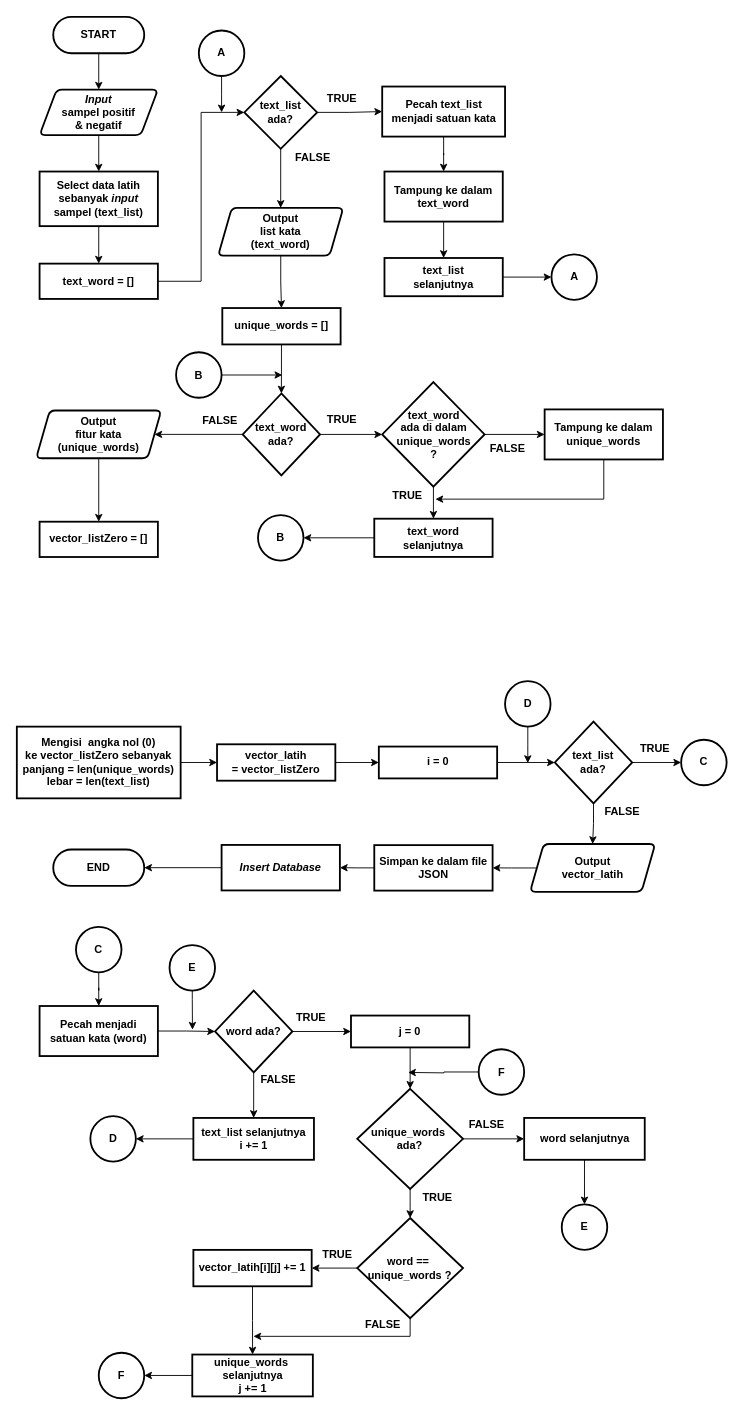
Earlier version of the draw.io diagram Dokumen TA/Paper/Flowchart/Flowchart proses modeling.drawio (muspriandi/TextMining-SentimentAnalysis). Source tidied: cells renumbered, new cells numbered last; positions are measured from the earlier drawing's top-left corner, leaving out a move shared by most shapes. Both pictures are drawn from the tidied source at 91%, with x=0, y=0 at pixel (16, 16).
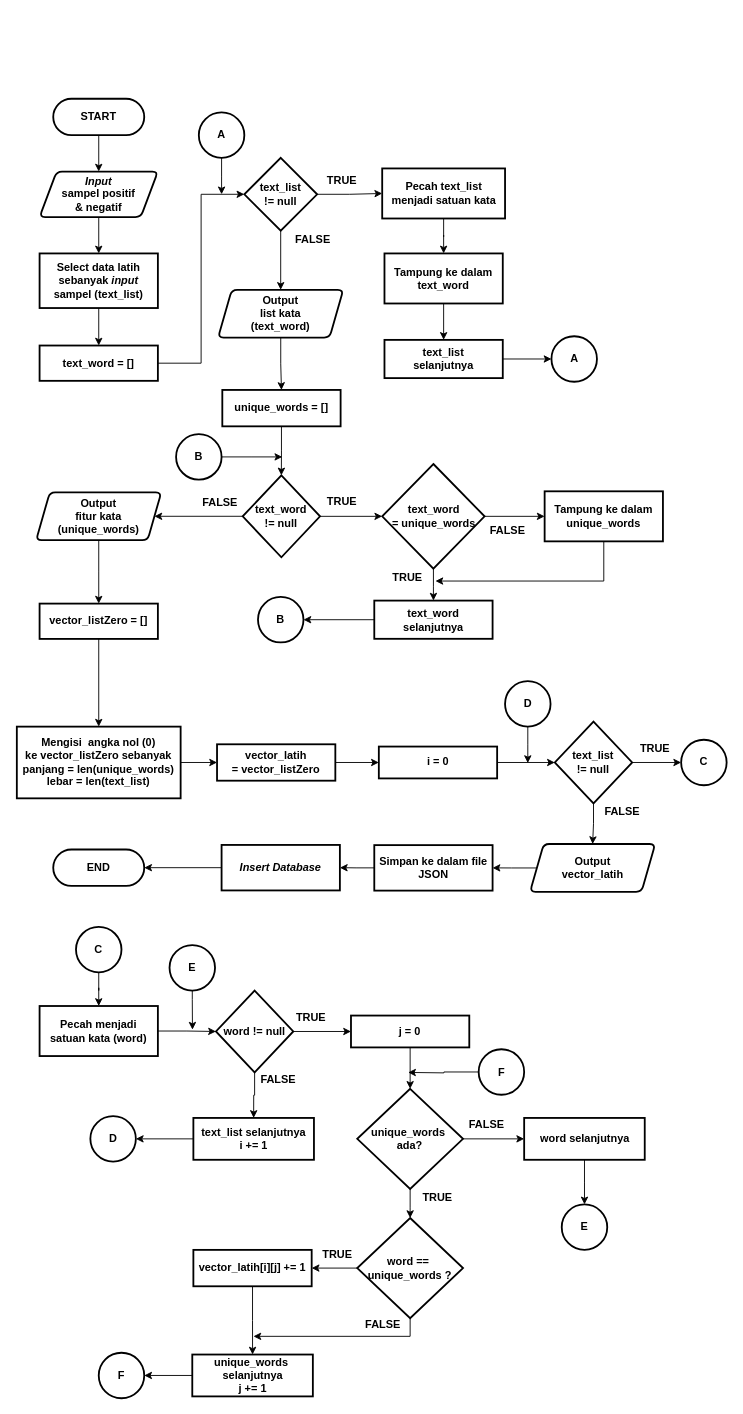
Above is the later version.

Unchanged cells that the change refers to:
```xml
<mxCell id="32" value="&lt;span&gt;Mengisi&amp;nbsp; angka nol (0) ke&amp;nbsp;&lt;/span&gt;vector_listZero&lt;span&gt;&amp;nbsp;sebanyak&lt;br&gt;panjang = len(&lt;/span&gt;&lt;span&gt;unique_words)&lt;br&gt;&lt;/span&gt;lebar = len(text_list)" style="rounded=1;whiteSpace=wrap;html=1;absoluteArcSize=1;arcSize=0;strokeWidth=2;fontStyle=1;" parent="1" vertex="1">
  <mxGeometry y="780" width="180" height="78.8" as="geometry" />
</mxCell>
```

The edit, as a diff of the source:
```diff
@@
     <mxCell id="3" value="START" style="rounded=1;whiteSpace=wrap;html=1;absoluteArcSize=1;arcSize=41;strokeWidth=2;fontStyle=1;" parent="1" vertex="1">
-      <mxGeometry x="40" width="100" height="40" as="geometry" />
+      <mxGeometry x="40" y="90" width="100" height="40" as="geometry" />
     </mxCell>
@@
     <mxCell id="5" value="&lt;b&gt;&lt;i&gt;Input&lt;br&gt;&lt;/i&gt;sampel positif &lt;br&gt;&amp;amp; negatif&lt;/b&gt;" style="shape=parallelogram;html=1;strokeWidth=2;perimeter=parallelogramPerimeter;whiteSpace=wrap;rounded=1;arcSize=12;size=0.14423076923076925;" parent="1" vertex="1">
-      <mxGeometry x="25" y="80" width="130" height="50" as="geometry" />
+      <mxGeometry x="25" y="170" width="130" height="50" as="geometry" />
     </mxCell>
@@
     <mxCell id="7" value="&lt;b&gt;Select data latih sebanyak&amp;nbsp;&lt;i&gt;input &lt;/i&gt;sampel (text_list)&lt;/b&gt;" style="rounded=1;whiteSpace=wrap;html=1;absoluteArcSize=1;arcSize=0;strokeWidth=2;" parent="1" vertex="1">
-      <mxGeometry x="25" y="170" width="130" height="60" as="geometry" />
+      <mxGeometry x="25" y="260" width="130" height="60" as="geometry" />
     </mxCell>
@@
     <mxCell id="9" value="&lt;b&gt;Pecah&amp;nbsp;&lt;/b&gt;&lt;b&gt;text_list&lt;br&gt;&lt;/b&gt;&lt;b&gt;menjadi satuan kata&lt;br&gt;&lt;/b&gt;" style="rounded=1;whiteSpace=wrap;html=1;absoluteArcSize=1;arcSize=0;strokeWidth=2;" parent="1" vertex="1">
-      <mxGeometry x="401.5" y="76.6" width="135" height="55" as="geometry" />
+      <mxGeometry x="401.5" y="166.6" width="135" height="55" as="geometry" />
     </mxCell>
@@
-    <mxCell id="12" value="text_word ada?" style="strokeWidth=2;html=1;shape=mxgraph.flowchart.decision;whiteSpace=wrap;fontStyle=1;" parent="1" vertex="1">
-      <mxGeometry x="248.2" y="413.9" width="85" height="90" as="geometry" />
+    <mxCell id="12" value="text_word&lt;br&gt;!= null" style="strokeWidth=2;html=1;shape=mxgraph.flowchart.decision;whiteSpace=wrap;fontStyle=1;" parent="1" vertex="1">
+      <mxGeometry x="248.2" y="503.9" width="85" height="90" as="geometry" />
     </mxCell>
     <mxCell id="13" style="edgeStyle=orthogonalEdgeStyle;rounded=0;jettySize=auto;html=1;" parent="1" edge="1" source="14">
       <mxGeometry relative="1" as="geometry">
-        <mxPoint x="460" y="530" as="targetPoint" />
+        <mxPoint x="460" y="620" as="targetPoint" />
         <Array as="points">
-          <mxPoint x="645" y="530" />
+          <mxPoint x="645" y="620" />
         </Array>
       </mxGeometry>
     </mxCell>
     <mxCell id="14" value="&lt;b&gt;Tampung ke dalam unique_words&lt;br&gt;&lt;/b&gt;" style="rounded=1;whiteSpace=wrap;html=1;absoluteArcSize=1;arcSize=0;strokeWidth=2;" parent="1" vertex="1">
-      <mxGeometry x="580" y="431.4" width="130" height="55" as="geometry" />
+      <mxGeometry x="580" y="521.4" width="130" height="55" as="geometry" />
     </mxCell>
@@
-    <mxCell id="17" value="text_word &lt;br&gt;ada di dalam unique_words&lt;br&gt;?" style="strokeWidth=2;html=1;shape=mxgraph.flowchart.decision;whiteSpace=wrap;fontStyle=1;" parent="1" vertex="1">
-      <mxGeometry x="401.5" y="401.4" width="112.5" height="115" as="geometry" />
+    <mxCell id="17" value="text_word &lt;br&gt;= unique_words" style="strokeWidth=2;html=1;shape=mxgraph.flowchart.decision;whiteSpace=wrap;fontStyle=1;" parent="1" vertex="1">
+      <mxGeometry x="401.5" y="491.4" width="112.5" height="115" as="geometry" />
     </mxCell>
@@
     <mxCell id="19" value="&lt;b&gt;unique_words = []&lt;br&gt;&lt;/b&gt;" style="rounded=1;whiteSpace=wrap;html=1;absoluteArcSize=1;arcSize=0;strokeWidth=2;" parent="1" vertex="1">
-      <mxGeometry x="225.8" y="320" width="130" height="40" as="geometry" />
+      <mxGeometry x="225.8" y="410" width="130" height="40" as="geometry" />
     </mxCell>
     <mxCell id="20" value="B" style="strokeWidth=2;html=1;shape=mxgraph.flowchart.start_2;whiteSpace=wrap;fontStyle=1;" parent="1" vertex="1">
-      <mxGeometry x="265" y="547.5" width="50" height="50" as="geometry" />
+      <mxGeometry x="265" y="637.5" width="50" height="50" as="geometry" />
     </mxCell>
     <mxCell id="21" value="TRUE" style="text;html=1;align=center;verticalAlign=middle;fontStyle=1;" parent="1" vertex="1">
-      <mxGeometry x="332.2" y="432.6" width="50" height="20" as="geometry" />
+      <mxGeometry x="332.2" y="522.6" width="50" height="20" as="geometry" />
     </mxCell>
@@
     <mxCell id="23" value="&lt;b&gt;text_word&lt;br&gt;selanjutnya&lt;br&gt;&lt;/b&gt;" style="rounded=1;whiteSpace=wrap;html=1;absoluteArcSize=1;arcSize=0;strokeWidth=2;" parent="1" vertex="1">
-      <mxGeometry x="392.8" y="551.5" width="130" height="42" as="geometry" />
+      <mxGeometry x="392.8" y="641.5" width="130" height="42" as="geometry" />
     </mxCell>
     <mxCell id="24" style="edgeStyle=orthogonalEdgeStyle;rounded=0;jettySize=auto;html=1;" parent="1" edge="1" source="25">
       <mxGeometry relative="1" as="geometry">
-        <mxPoint x="291.7" y="393.6" as="targetPoint" />
+        <mxPoint x="291.7" y="483.6" as="targetPoint" />
       </mxGeometry>
     </mxCell>
     <mxCell id="25" value="B" style="strokeWidth=2;html=1;shape=mxgraph.flowchart.start_2;whiteSpace=wrap;fontStyle=1;" parent="1" vertex="1">
-      <mxGeometry x="175" y="368.6" width="50" height="50" as="geometry" />
+      <mxGeometry x="175" y="458.6" width="50" height="50" as="geometry" />
     </mxCell>
     <mxCell id="26" value="TRUE" style="text;html=1;align=center;verticalAlign=middle;fontStyle=1;" parent="1" vertex="1">
-      <mxGeometry x="404" y="516.4" width="50" height="20" as="geometry" />
+      <mxGeometry x="404" y="606.4" width="50" height="20" as="geometry" />
     </mxCell>
     <mxCell id="27" value="FALSE" style="text;html=1;align=center;verticalAlign=middle;fontStyle=1;" parent="1" vertex="1">
-      <mxGeometry x="514" y="465.1" width="50" height="20" as="geometry" />
+      <mxGeometry x="514" y="555.1" width="50" height="20" as="geometry" />
     </mxCell>
@@
     <mxCell id="29" value="Output&lt;br&gt;fitur kata (&lt;span&gt;unique_words&lt;/span&gt;)" style="shape=parallelogram;html=1;strokeWidth=2;perimeter=parallelogramPerimeter;whiteSpace=wrap;rounded=1;arcSize=12;size=0.10909090909090909;fontStyle=1;" parent="1" vertex="1">
-      <mxGeometry x="21.2" y="432.6" width="137.5" height="52.5" as="geometry" />
+      <mxGeometry x="21.2" y="522.6" width="137.5" height="52.5" as="geometry" />
     </mxCell>
     <mxCell id="30" value="FALSE" style="text;html=1;align=center;verticalAlign=middle;fontStyle=1;" parent="1" vertex="1">
-      <mxGeometry x="198.2" y="433.6" width="50" height="20" as="geometry" />
+      <mxGeometry x="198.2" y="523.6" width="50" height="20" as="geometry" />
     </mxCell>
@@
-    <mxCell id="39" value="text_list &lt;br&gt;ada?" style="strokeWidth=2;html=1;shape=mxgraph.flowchart.decision;whiteSpace=wrap;fontStyle=1;" parent="1" vertex="1">
+    <mxCell id="39" value="text_list &lt;br&gt;!= null" style="strokeWidth=2;html=1;shape=mxgraph.flowchart.decision;whiteSpace=wrap;fontStyle=1;" parent="1" vertex="1">
       <mxGeometry x="591.2" y="774.4" width="85" height="90" as="geometry" />
     </mxCell>
@@
-    <mxCell id="42" value="text_list &lt;br&gt;ada?" style="strokeWidth=2;html=1;shape=mxgraph.flowchart.decision;whiteSpace=wrap;fontStyle=1;" parent="1" vertex="1">
-      <mxGeometry x="250" y="65" width="80" height="80" as="geometry" />
+    <mxCell id="42" value="text_list &lt;br&gt;!= null" style="strokeWidth=2;html=1;shape=mxgraph.flowchart.decision;whiteSpace=wrap;fontStyle=1;" parent="1" vertex="1">
+      <mxGeometry x="250" y="155" width="80" height="80" as="geometry" />
     </mxCell>
@@
     <mxCell id="44" value="&lt;b&gt;text_word = []&lt;/b&gt;" style="rounded=1;whiteSpace=wrap;html=1;absoluteArcSize=1;arcSize=0;strokeWidth=2;" parent="1" vertex="1">
-      <mxGeometry x="25" y="271.2" width="130" height="38.8" as="geometry" />
+      <mxGeometry x="25" y="361.2" width="130" height="38.8" as="geometry" />
     </mxCell>
@@
     <mxCell id="46" value="&lt;b&gt;Tampung ke dalam text_word&lt;br&gt;&lt;/b&gt;" style="rounded=1;whiteSpace=wrap;html=1;absoluteArcSize=1;arcSize=0;strokeWidth=2;" parent="1" vertex="1">
-      <mxGeometry x="404" y="170" width="130" height="55" as="geometry" />
+      <mxGeometry x="404" y="260" width="130" height="55" as="geometry" />
     </mxCell>
@@
     <mxCell id="48" value="&lt;b&gt;text_list&lt;/b&gt;&lt;b&gt;&lt;br&gt;selanjutnya&lt;br&gt;&lt;/b&gt;" style="rounded=1;whiteSpace=wrap;html=1;absoluteArcSize=1;arcSize=0;strokeWidth=2;" parent="1" vertex="1">
-      <mxGeometry x="404" y="265" width="130" height="42" as="geometry" />
+      <mxGeometry x="404" y="355" width="130" height="42" as="geometry" />
     </mxCell>
     <mxCell id="49" value="A" style="strokeWidth=2;html=1;shape=mxgraph.flowchart.start_2;whiteSpace=wrap;fontStyle=1;" parent="1" vertex="1">
-      <mxGeometry x="587.5" y="261" width="50" height="50" as="geometry" />
+      <mxGeometry x="587.5" y="351" width="50" height="50" as="geometry" />
     </mxCell>
     <mxCell id="50" style="edgeStyle=orthogonalEdgeStyle;rounded=0;jettySize=auto;html=1;" parent="1" edge="1" source="51">
       <mxGeometry relative="1" as="geometry">
-        <mxPoint x="225" y="105" as="targetPoint" />
+        <mxPoint x="225" y="195" as="targetPoint" />
       </mxGeometry>
     </mxCell>
     <mxCell id="51" value="A" style="strokeWidth=2;html=1;shape=mxgraph.flowchart.start_2;whiteSpace=wrap;fontStyle=1;" parent="1" vertex="1">
-      <mxGeometry x="200" y="15" width="50" height="50" as="geometry" />
+      <mxGeometry x="200" y="105" width="50" height="50" as="geometry" />
     </mxCell>
     <mxCell id="52" value="TRUE" style="text;html=1;align=center;verticalAlign=middle;fontStyle=1;" parent="1" vertex="1">
-      <mxGeometry x="332" y="80" width="50" height="20" as="geometry" />
+      <mxGeometry x="332" y="170" width="50" height="20" as="geometry" />
     </mxCell>
@@
     <mxCell id="54" value="Output&lt;br&gt;list kata&lt;br&gt;(&lt;span&gt;text_word&lt;/span&gt;)" style="shape=parallelogram;html=1;strokeWidth=2;perimeter=parallelogramPerimeter;whiteSpace=wrap;rounded=1;arcSize=12;size=0.10909090909090909;fontStyle=1;" parent="1" vertex="1">
-      <mxGeometry x="221.2" y="210" width="137.5" height="52.5" as="geometry" />
+      <mxGeometry x="221.2" y="300" width="137.5" height="52.5" as="geometry" />
     </mxCell>
     <mxCell id="55" value="FALSE" style="text;html=1;align=center;verticalAlign=middle;fontStyle=1;" parent="1" vertex="1">
-      <mxGeometry x="300" y="145" width="50" height="20" as="geometry" />
+      <mxGeometry x="300" y="235" width="50" height="20" as="geometry" />
     </mxCell>
+    <mxCell id="105" style="edgeStyle=orthogonalEdgeStyle;rounded=0;jettySize=auto;html=1;entryX=0.5;entryY=0;entryDx=0;entryDy=0;" parent="1" edge="1" source="56" target="32">
+      <mxGeometry relative="1" as="geometry" />
+    </mxCell>
     <mxCell id="56" value="&lt;span style=&quot;font-weight: 700&quot;&gt;vector_listZero = []&lt;/span&gt;" style="rounded=1;whiteSpace=wrap;html=1;absoluteArcSize=1;arcSize=0;strokeWidth=2;" parent="1" vertex="1">
-      <mxGeometry x="25" y="554.8" width="130" height="38.8" as="geometry" />
+      <mxGeometry x="25" y="644.8" width="130" height="38.8" as="geometry" />
     </mxCell>
@@
-    <mxCell id="59" value="word ada?" style="strokeWidth=2;html=1;shape=mxgraph.flowchart.decision;whiteSpace=wrap;fontStyle=1;" parent="1" vertex="1">
-      <mxGeometry x="217.8" y="1070" width="85" height="90" as="geometry" />
+    <mxCell id="59" value="word != null" style="strokeWidth=2;html=1;shape=mxgraph.flowchart.decision;whiteSpace=wrap;fontStyle=1;" parent="1" vertex="1">
+      <mxGeometry x="218.8" y="1070" width="85" height="90" as="geometry" />
     </mxCell>
```
